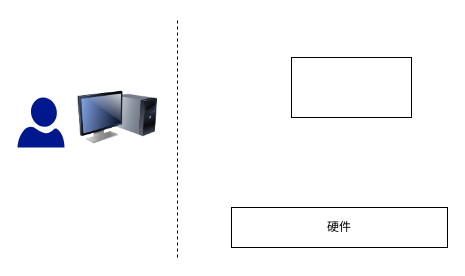
This is 基于虚拟化技术的云平台.drawio from luomoweilan/draw, a draw.io file, before an edit. Source tidied: cells renumbered, new cells numbered last; positions are measured from the earlier drawing's top-left corner, leaving out a move shared by most shapes. Both pictures are drawn from the tidied source at 100%, with x=0, y=0 at pixel (17, 17).
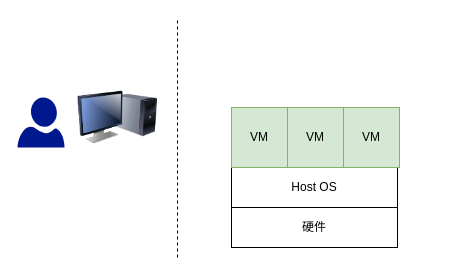
After the change.

Commit message (it also covers changes not shown here):
更新基于虚拟化技术的云平台.drawio

Diff of the diagram source:
```diff
@@
 <mxGraphModel>
   <root>
     <mxCell id="0" />
     <mxCell id="1" parent="0" />
     <mxCell id="2" value="硬件" style="rounded=0;whiteSpace=wrap;html=1;" parent="1" vertex="1">
-      <mxGeometry x="214" y="190" width="216" height="40" as="geometry" />
+      <mxGeometry x="214" y="190" width="166" height="40" as="geometry" />
     </mxCell>
     <mxCell id="3" style="image;html=1;image=img/lib/clip_art/computers/Monitor_Tower_128x128.png;" parent="1" vertex="1">
       <mxGeometry x="60" y="60" width="80" height="80" as="geometry" />
     </mxCell>
     <mxCell id="4" style="shadow=0;dashed=0;html=1;strokeColor=none;labelPosition=center;verticalLabelPosition=bottom;verticalAlign=top;align=center;fillColor=#00188D;shape=mxgraph.azure.user;" parent="1" vertex="1">
       <mxGeometry y="80" width="47" height="50" as="geometry" />
     </mxCell>
     <mxCell id="5" style="endArrow=none;dashed=1;html=1;" parent="1" edge="1">
       <mxGeometry relative="1" as="geometry">
         <mxPoint x="160" y="240" as="sourcePoint" />
         <mxPoint x="160" as="targetPoint" />
       </mxGeometry>
     </mxCell>
-    <mxCell id="6" style="rounded=0;whiteSpace=wrap;html=1;" parent="1" vertex="1">
-      <mxGeometry x="274" y="40" width="120" height="60" as="geometry" />
+    <mxCell id="6" value="Host OS" style="rounded=0;whiteSpace=wrap;html=1;" parent="1" vertex="1">
+      <mxGeometry x="214" y="150" width="166" height="40" as="geometry" />
     </mxCell>
+    <mxCell id="7" value="VM" style="rounded=0;whiteSpace=wrap;html=1;fillColor=#d5e8d4;strokeColor=#82b366;" parent="1" vertex="1">
+      <mxGeometry x="214" y="90" width="56" height="60" as="geometry" />
+    </mxCell>
+    <mxCell id="8" value="VM" style="rounded=0;whiteSpace=wrap;html=1;fillColor=#d5e8d4;strokeColor=#82b366;" parent="1" vertex="1">
+      <mxGeometry x="270" y="90" width="56" height="60" as="geometry" />
+    </mxCell>
+    <mxCell id="9" value="VM" style="rounded=0;whiteSpace=wrap;html=1;fillColor=#d5e8d4;strokeColor=#82b366;" parent="1" vertex="1">
+      <mxGeometry x="326" y="90" width="56" height="60" as="geometry" />
+    </mxCell>
   </root>
 </mxGraphModel>
```
